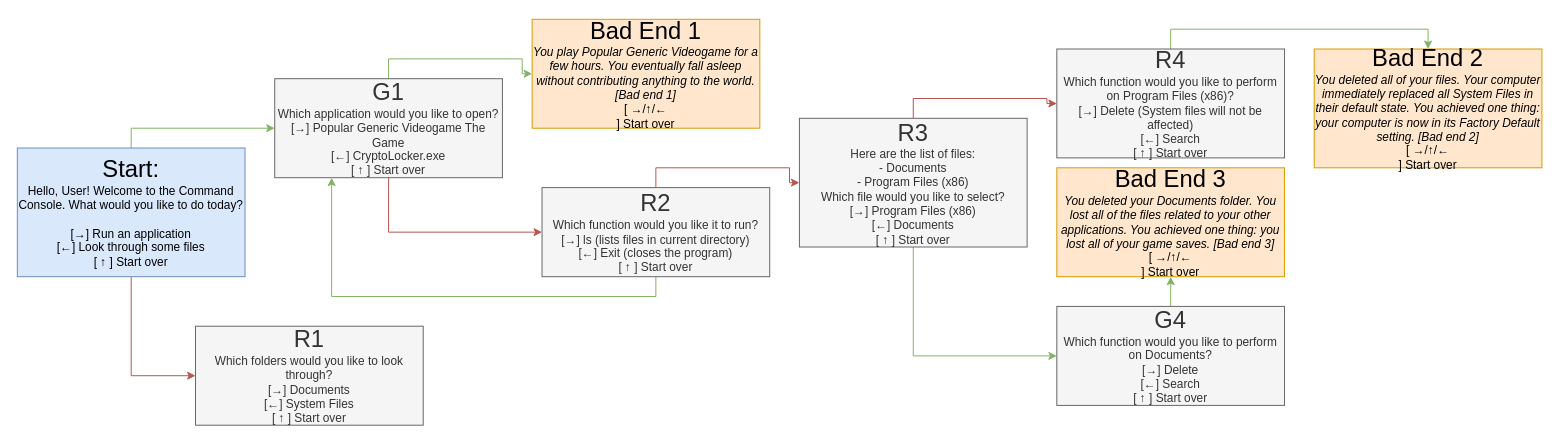
Above: Story Diagram.drawio in BlizzardBunny/command-console-the-game (draw.io), before the change. Source tidied: cells renumbered, new cells numbered last; positions are measured from the earlier drawing's top-left corner, leaving out a move shared by most shapes. Both pictures are drawn from the tidied source at 99%, with x=0, y=0 at pixel (17, 19).
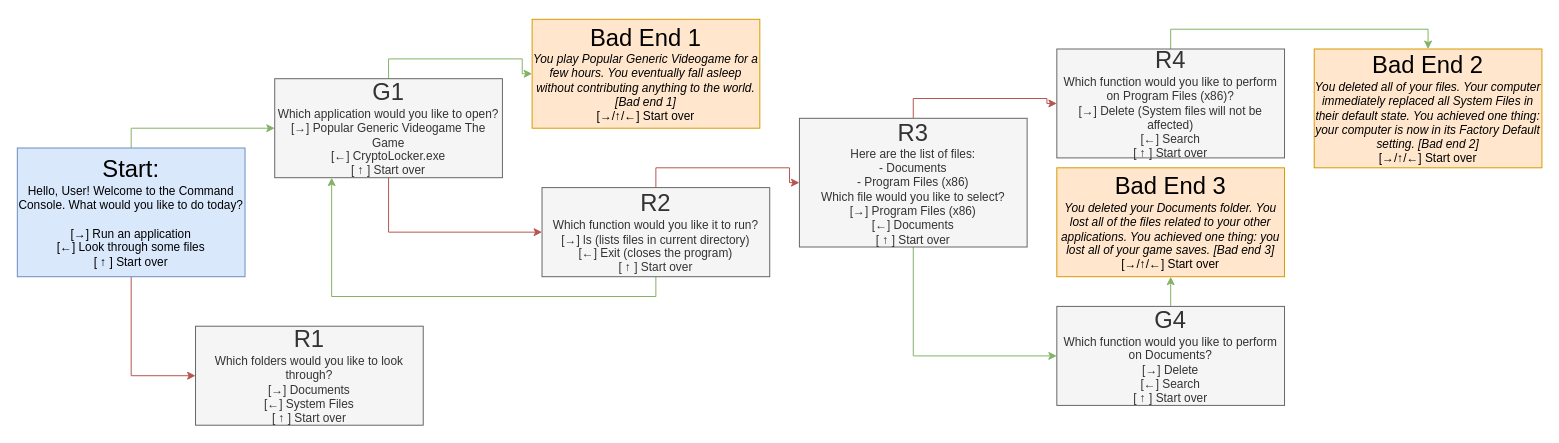
The same diagram, later.

Commit message:
fixed spacing error for bad ends

Diff of the diagram source:
```diff
@@
-    <mxCell id="19" value="&lt;div style=&quot;font-size: 24px&quot;&gt;Bad End 1&lt;/div&gt;&lt;div&gt;&lt;i style=&quot;color: rgb(0 , 0 , 0)&quot;&gt;You play Popular Generic Videogame for a few hours. You eventually fall asleep without contributing anything to the world. [Bad end 1]&lt;br&gt;&lt;/i&gt;&lt;span style=&quot;color: rgb(0 , 0 , 0)&quot;&gt;[ →/↑/←&lt;/span&gt;&lt;br style=&quot;color: rgb(0 , 0 , 0)&quot;&gt;&lt;span style=&quot;color: rgb(0 , 0 , 0)&quot;&gt;] Start over&lt;/span&gt;&lt;br&gt;&lt;/div&gt;" style="text;html=1;align=center;verticalAlign=middle;whiteSpace=wrap;rounded=0;fillColor=#ffe6cc;strokeColor=#d79b00;" parent="1" vertex="1">
+    <mxCell id="19" value="&lt;div style=&quot;font-size: 24px&quot;&gt;Bad End 1&lt;/div&gt;&lt;div&gt;&lt;i style=&quot;color: rgb(0 , 0 , 0)&quot;&gt;You play Popular Generic Videogame for a few hours. You eventually fall asleep without contributing anything to the world. [Bad end 1]&lt;br&gt;&lt;/i&gt;&lt;span style=&quot;color: rgb(0 , 0 , 0)&quot;&gt;[→/↑/←&lt;/span&gt;&lt;span style=&quot;color: rgb(0 , 0 , 0)&quot;&gt;] Start over&lt;/span&gt;&lt;br&gt;&lt;/div&gt;" style="text;html=1;align=center;verticalAlign=middle;whiteSpace=wrap;rounded=0;fillColor=#ffe6cc;strokeColor=#d79b00;" parent="1" vertex="1">
       <mxGeometry x="520" width="230" height="110" as="geometry" />
     </mxCell>
-    <mxCell id="20" value="&lt;div style=&quot;font-size: 24px&quot;&gt;Bad End 2&lt;/div&gt;&lt;div&gt;&lt;i&gt;You deleted all of your files. Your computer immediately replaced all System Files in their default state. You achieved one thing: your computer is now in its Factory Default setting. [Bad end 2]&lt;br&gt;&lt;/i&gt;[ →/↑/←&lt;br&gt;] Start over&lt;br&gt;&lt;/div&gt;" style="text;html=1;align=center;verticalAlign=middle;whiteSpace=wrap;rounded=0;fillColor=#ffe6cc;strokeColor=#d79b00;" parent="1" vertex="1">
+    <mxCell id="20" value="&lt;div style=&quot;font-size: 24px&quot;&gt;Bad End 2&lt;/div&gt;&lt;div&gt;&lt;i&gt;You deleted all of your files. Your computer immediately replaced all System Files in their default state. You achieved one thing: your computer is now in its Factory Default setting. [Bad end 2]&lt;br&gt;&lt;/i&gt;[→/↑/←] Start over&lt;br&gt;&lt;/div&gt;" style="text;html=1;align=center;verticalAlign=middle;whiteSpace=wrap;rounded=0;fillColor=#ffe6cc;strokeColor=#d79b00;" parent="1" vertex="1">
       <mxGeometry x="1310" y="30" width="230" height="120" as="geometry" />
     </mxCell>
-    <mxCell id="21" value="&lt;div style=&quot;font-size: 24px&quot;&gt;Bad End 3&lt;/div&gt;&lt;div&gt;&lt;i&gt;You deleted your Documents folder. You lost all of the files related to your other applications. You achieved one thing: you lost all of your game saves. [Bad end 3]&lt;br&gt;&lt;/i&gt;[ →/↑/←&lt;br&gt;] Start over&lt;br&gt;&lt;/div&gt;" style="text;html=1;align=center;verticalAlign=middle;whiteSpace=wrap;rounded=0;fillColor=#ffe6cc;strokeColor=#d79b00;" parent="1" vertex="1">
+    <mxCell id="21" value="&lt;div style=&quot;font-size: 24px&quot;&gt;Bad End 3&lt;/div&gt;&lt;div&gt;&lt;i&gt;You deleted your Documents folder. You lost all of the files related to your other applications. You achieved one thing: you lost all of your game saves. [Bad end 3]&lt;br&gt;&lt;/i&gt;[→/↑/←] Start over&lt;br&gt;&lt;/div&gt;" style="text;html=1;align=center;verticalAlign=middle;whiteSpace=wrap;rounded=0;fillColor=#ffe6cc;strokeColor=#d79b00;" parent="1" vertex="1">
       <mxGeometry x="1050" y="150" width="230" height="110" as="geometry" />
     </mxCell>
```
